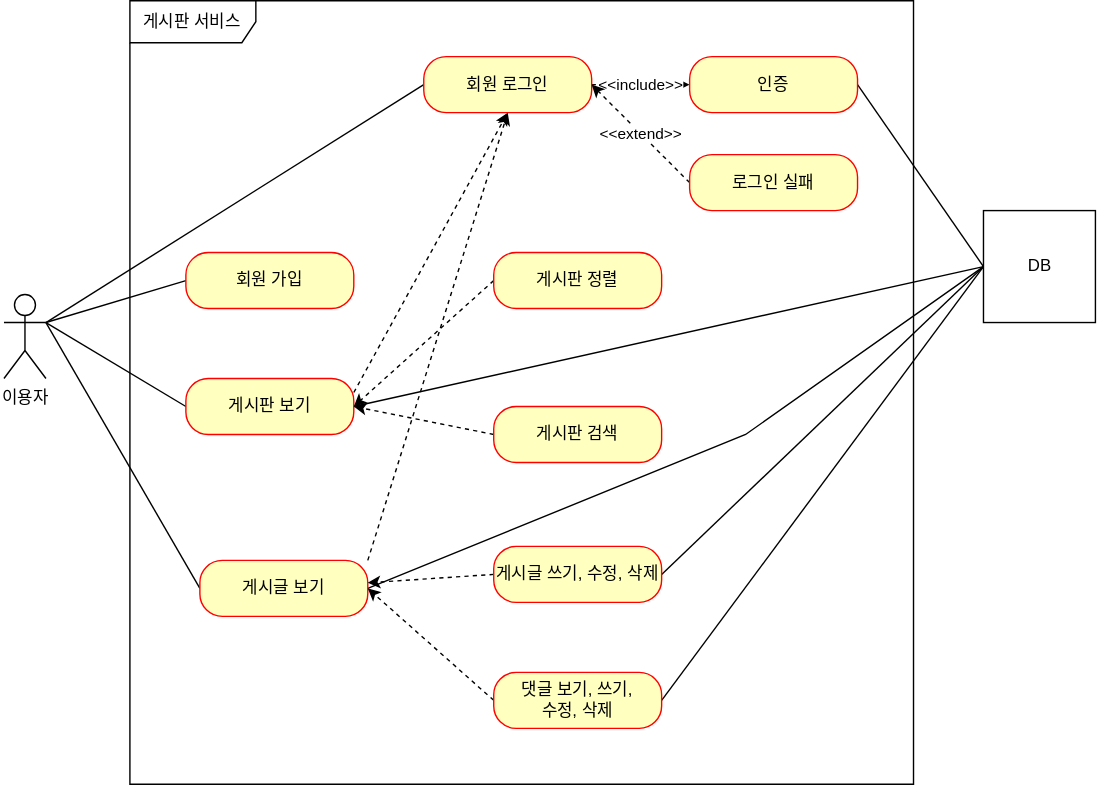
Above: document/use-case.svg in astrataraxia/fastcampus-project-board (draw.io), before the change. Source tidied: cells renumbered, new cells last; positions are measured from the earlier drawing's top-left corner, leaving out a move shared by most shapes.
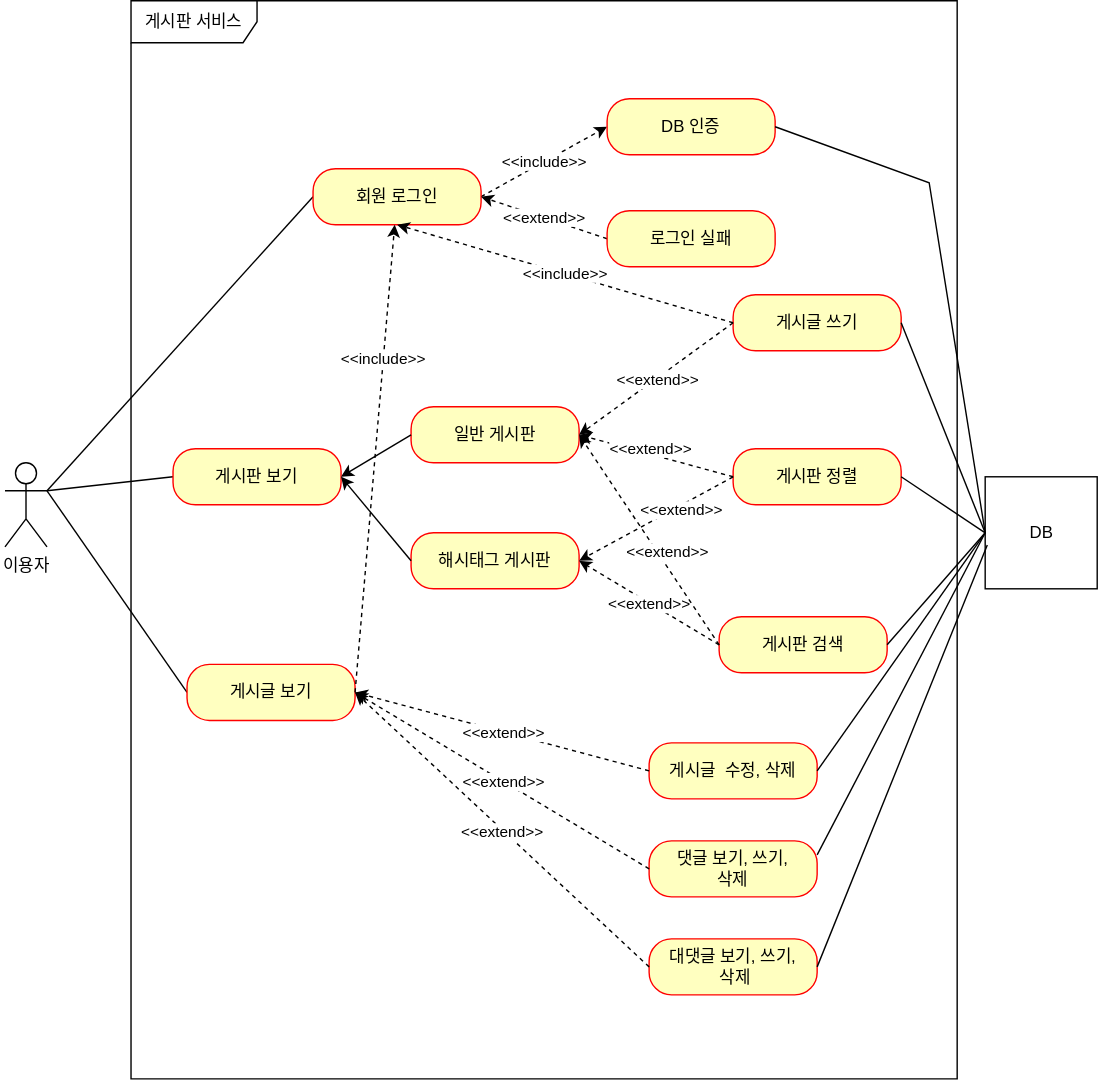
The same diagram one commit later.

Commit message:
#50-usecase 리팩토링

What changed in the source:
```diff
@@ -8,99 +8,123 @@
     <mxCell id="3" style="edgeStyle=none;rounded=0;jettySize=auto;html=1;exitX=1;exitY=0.3333333333333333;exitDx=0;exitDy=0;exitPerimeter=0;entryX=0;entryY=0.5;entryDx=0;entryDy=0;endArrow=none;endFill=0;" parent="1" edge="1" source="6" target="14">
       <mxGeometry relative="1" as="geometry" />
     </mxCell>
-    <mxCell id="4" style="edgeStyle=none;rounded=0;jettySize=auto;html=1;exitX=1;exitY=0.3333333333333333;exitDx=0;exitDy=0;exitPerimeter=0;entryX=0;entryY=0.5;entryDx=0;entryDy=0;endArrow=none;endFill=0;" parent="1" edge="1" source="6" target="8">
-      <mxGeometry relative="1" as="geometry" />
-    </mxCell>
     <mxCell id="5" style="edgeStyle=none;rounded=0;jettySize=auto;html=1;exitX=1;exitY=0.3333333333333333;exitDx=0;exitDy=0;exitPerimeter=0;entryX=0;entryY=0.5;entryDx=0;entryDy=0;endArrow=none;endFill=0;" parent="1" edge="1" source="6" target="16">
       <mxGeometry relative="1" as="geometry" />
     </mxCell>
     <mxCell id="6" value="이용자&lt;br&gt;" style="shape=umlActor;verticalLabelPosition=bottom;verticalAlign=top;html=1;outlineConnect=0;" parent="1" vertex="1">
-      <mxGeometry y="210" width="30" height="60" as="geometry" />
+      <mxGeometry y="330" width="30" height="60" as="geometry" />
     </mxCell>
     <mxCell id="7" value="게시판 서비스" style="shape=umlFrame;whiteSpace=wrap;html=1;width=90;height=30;" parent="1" vertex="1">
-      <mxGeometry x="90" width="560" height="560" as="geometry" />
+      <mxGeometry x="90" width="590" height="770" as="geometry" />
     </mxCell>
-    <mxCell id="8" value="회원 가입" style="rounded=1;whiteSpace=wrap;html=1;arcSize=40;fontColor=#000000;fillColor=#ffffc0;strokeColor=#ff0000;" parent="1" vertex="1">
-      <mxGeometry x="130" y="180" width="120" height="40" as="geometry" />
-    </mxCell>
-    <mxCell id="9" style="edgeStyle=none;rounded=0;jettySize=auto;html=1;exitX=1;exitY=0.25;exitDx=0;exitDy=0;entryX=0.5;entryY=1;entryDx=0;entryDy=0;dashed=1;endArrow=classic;endFill=1;" parent="1" edge="1" source="11" target="16">
-      <mxGeometry relative="1" as="geometry" />
-    </mxCell>
-    <mxCell id="10" style="edgeStyle=none;rounded=0;jettySize=auto;html=1;exitX=1;exitY=0.5;exitDx=0;exitDy=0;entryX=0;entryY=0.5;entryDx=0;entryDy=0;endArrow=none;endFill=0;" parent="1" edge="1" source="11" target="31">
-      <mxGeometry relative="1" as="geometry" />
-    </mxCell>
     <mxCell id="11" value="게시판 보기" style="rounded=1;whiteSpace=wrap;html=1;arcSize=40;fontColor=#000000;fillColor=#ffffc0;strokeColor=#ff0000;" parent="1" vertex="1">
-      <mxGeometry x="130" y="270" width="120" height="40" as="geometry" />
+      <mxGeometry x="120" y="320" width="120" height="40" as="geometry" />
     </mxCell>
-    <mxCell id="12" style="edgeStyle=none;rounded=0;jettySize=auto;html=1;exitX=1;exitY=0;exitDx=0;exitDy=0;entryX=0.5;entryY=1;entryDx=0;entryDy=0;dashed=1;endArrow=classic;endFill=1;" parent="1" edge="1" source="14" target="16">
-      <mxGeometry relative="1" as="geometry" />
-    </mxCell>
-    <mxCell id="13" style="edgeStyle=none;rounded=0;jettySize=auto;html=1;exitX=1;exitY=0.5;exitDx=0;exitDy=0;entryX=0;entryY=0.5;entryDx=0;entryDy=0;endArrow=none;endFill=0;" parent="1" edge="1" source="14" target="31">
-      <mxGeometry relative="1" as="geometry">
-        <Array as="points">
-          <mxPoint x="530" y="310" />
-        </Array>
-      </mxGeometry>
-    </mxCell>
     <mxCell id="14" value="게시글 보기" style="rounded=1;whiteSpace=wrap;html=1;arcSize=40;fontColor=#000000;fillColor=#ffffc0;strokeColor=#ff0000;" parent="1" vertex="1">
-      <mxGeometry x="140" y="400" width="120" height="40" as="geometry" />
+      <mxGeometry x="130" y="474" width="120" height="40" as="geometry" />
     </mxCell>
     <mxCell id="15" value="&amp;lt;&amp;lt;include&amp;gt;&amp;gt;" style="edgeStyle=none;rounded=0;jettySize=auto;html=1;exitX=1;exitY=0.5;exitDx=0;exitDy=0;endArrow=classic;endFill=1;dashed=1;entryX=0;entryY=0.5;entryDx=0;entryDy=0;" parent="1" edge="1" source="16" target="18">
       <mxGeometry relative="1" as="geometry" />
     </mxCell>
     <mxCell id="16" value="회원 로그인" style="rounded=1;whiteSpace=wrap;html=1;arcSize=40;fontColor=#000000;fillColor=#ffffc0;strokeColor=#ff0000;" parent="1" vertex="1">
-      <mxGeometry x="300" y="40" width="120" height="40" as="geometry" />
+      <mxGeometry x="220" y="120" width="120" height="40" as="geometry" />
     </mxCell>
-    <mxCell id="17" style="edgeStyle=none;rounded=0;jettySize=auto;html=1;exitX=1;exitY=0.5;exitDx=0;exitDy=0;entryX=0;entryY=0.5;entryDx=0;entryDy=0;endArrow=none;endFill=0;" parent="1" edge="1" source="18" target="31">
-      <mxGeometry relative="1" as="geometry" />
-    </mxCell>
-    <mxCell id="18" value="인증" style="rounded=1;whiteSpace=wrap;html=1;arcSize=40;fontColor=#000000;fillColor=#ffffc0;strokeColor=#ff0000;" parent="1" vertex="1">
-      <mxGeometry x="490" y="40" width="120" height="40" as="geometry" />
+    <mxCell id="18" value="DB 인증" style="rounded=1;whiteSpace=wrap;html=1;arcSize=40;fontColor=#000000;fillColor=#ffffc0;strokeColor=#ff0000;" parent="1" vertex="1">
+      <mxGeometry x="430" y="70" width="120" height="40" as="geometry" />
     </mxCell>
     <mxCell id="19" value="&amp;lt;&amp;lt;extend&amp;gt;&amp;gt;" style="edgeStyle=none;rounded=0;jettySize=auto;html=1;exitX=0;exitY=0.5;exitDx=0;exitDy=0;entryX=1;entryY=0.5;entryDx=0;entryDy=0;dashed=1;endArrow=classic;endFill=1;" parent="1" edge="1" source="20" target="16">
       <mxGeometry relative="1" as="geometry" />
     </mxCell>
     <mxCell id="20" value="로그인 실패" style="rounded=1;whiteSpace=wrap;html=1;arcSize=40;fontColor=#000000;fillColor=#ffffc0;strokeColor=#ff0000;" parent="1" vertex="1">
-      <mxGeometry x="490" y="110" width="120" height="40" as="geometry" />
+      <mxGeometry x="430" y="150" width="120" height="40" as="geometry" />
     </mxCell>
-    <mxCell id="21" style="edgeStyle=none;rounded=0;jettySize=auto;html=1;exitX=0;exitY=0.5;exitDx=0;exitDy=0;entryX=1;entryY=0.5;entryDx=0;entryDy=0;dashed=1;endArrow=classic;endFill=1;" parent="1" edge="1" source="22" target="11">
-      <mxGeometry relative="1" as="geometry" />
-    </mxCell>
     <mxCell id="22" value="게시판 정렬" style="rounded=1;whiteSpace=wrap;html=1;arcSize=40;fontColor=#000000;fillColor=#ffffc0;strokeColor=#ff0000;" parent="1" vertex="1">
-      <mxGeometry x="350" y="180" width="120" height="40" as="geometry" />
+      <mxGeometry x="520" y="320" width="120" height="40" as="geometry" />
     </mxCell>
-    <mxCell id="23" style="edgeStyle=none;rounded=0;jettySize=auto;html=1;exitX=0;exitY=0.5;exitDx=0;exitDy=0;dashed=1;endArrow=classic;endFill=1;" parent="1" edge="1" source="24">
-      <mxGeometry relative="1" as="geometry">
-        <mxPoint x="250" y="290" as="targetPoint" />
-      </mxGeometry>
-    </mxCell>
     <mxCell id="24" value="게시판 검색" style="rounded=1;whiteSpace=wrap;html=1;arcSize=40;fontColor=#000000;fillColor=#ffffc0;strokeColor=#ff0000;" parent="1" vertex="1">
-      <mxGeometry x="350" y="290" width="120" height="40" as="geometry" />
+      <mxGeometry x="510" y="440" width="120" height="40" as="geometry" />
     </mxCell>
-    <mxCell id="25" style="edgeStyle=none;rounded=0;jettySize=auto;html=1;exitX=0;exitY=0.5;exitDx=0;exitDy=0;dashed=1;endArrow=classic;endFill=1;" parent="1" edge="1" source="27" target="14">
-      <mxGeometry relative="1" as="geometry" />
-    </mxCell>
-    <mxCell id="26" style="edgeStyle=none;rounded=0;jettySize=auto;html=1;exitX=1;exitY=0.5;exitDx=0;exitDy=0;entryX=0;entryY=0.5;entryDx=0;entryDy=0;endArrow=none;endFill=0;" parent="1" edge="1" source="27" target="31">
-      <mxGeometry relative="1" as="geometry" />
-    </mxCell>
-    <mxCell id="27" value="게시글 쓰기, 수정, 삭제" style="rounded=1;whiteSpace=wrap;html=1;arcSize=40;fontColor=#000000;fillColor=#ffffc0;strokeColor=#ff0000;" parent="1" vertex="1">
-      <mxGeometry x="350" y="390" width="120" height="40" as="geometry" />
+    <mxCell id="27" value="게시글&amp;nbsp; 수정, 삭제" style="rounded=1;whiteSpace=wrap;html=1;arcSize=40;fontColor=#000000;fillColor=#ffffc0;strokeColor=#ff0000;" parent="1" vertex="1">
+      <mxGeometry x="460" y="530" width="120" height="40" as="geometry" />
     </mxCell>
-    <mxCell id="28" style="edgeStyle=none;rounded=0;jettySize=auto;html=1;exitX=0;exitY=0.5;exitDx=0;exitDy=0;dashed=1;endArrow=classic;endFill=1;" parent="1" edge="1" source="30">
-      <mxGeometry relative="1" as="geometry">
-        <mxPoint x="260" y="420" as="targetPoint" />
-      </mxGeometry>
-    </mxCell>
-    <mxCell id="29" style="edgeStyle=none;rounded=0;jettySize=auto;html=1;exitX=1;exitY=0.5;exitDx=0;exitDy=0;endArrow=none;endFill=0;" parent="1" edge="1" source="30">
-      <mxGeometry relative="1" as="geometry">
-        <mxPoint x="700" y="190" as="targetPoint" />
-      </mxGeometry>
-    </mxCell>
-    <mxCell id="30" value="댓글 보기, 쓰기, &lt;br&gt;수정, 삭제" style="rounded=1;whiteSpace=wrap;html=1;arcSize=40;fontColor=#000000;fillColor=#ffffc0;strokeColor=#ff0000;" parent="1" vertex="1">
-      <mxGeometry x="350" y="480" width="120" height="40" as="geometry" />
+    <mxCell id="30" value="댓글 보기, 쓰기, &lt;br&gt;삭제" style="rounded=1;whiteSpace=wrap;html=1;arcSize=40;fontColor=#000000;fillColor=#ffffc0;strokeColor=#ff0000;" parent="1" vertex="1">
+      <mxGeometry x="460" y="600" width="120" height="40" as="geometry" />
     </mxCell>
     <mxCell id="31" value="DB" style="html=1;" parent="1" vertex="1">
-      <mxGeometry x="700" y="150" width="80" height="80" as="geometry" />
+      <mxGeometry x="700" y="340" width="80" height="80" as="geometry" />
     </mxCell>
+    <mxCell id="32" value="대댓글 보기, 쓰기, &lt;br&gt;&amp;nbsp;삭제" style="rounded=1;whiteSpace=wrap;html=1;arcSize=40;fontColor=#000000;fillColor=#ffffc0;strokeColor=#ff0000;" parent="1" vertex="1">
+      <mxGeometry x="460" y="670" width="120" height="40" as="geometry" />
+    </mxCell>
+    <mxCell id="33" value="게시글 쓰기" style="rounded=1;whiteSpace=wrap;html=1;arcSize=40;fontColor=#000000;fillColor=#ffffc0;strokeColor=#ff0000;" parent="1" vertex="1">
+      <mxGeometry x="520" y="210" width="120" height="40" as="geometry" />
+    </mxCell>
+    <mxCell id="34" value="해시태그 게시판" style="rounded=1;whiteSpace=wrap;html=1;arcSize=40;fontColor=#000000;fillColor=#ffffc0;strokeColor=#ff0000;" parent="1" vertex="1">
+      <mxGeometry x="290" y="380" width="120" height="40" as="geometry" />
+    </mxCell>
+    <mxCell id="35" value="일반 게시판" style="rounded=1;whiteSpace=wrap;html=1;arcSize=40;fontColor=#000000;fillColor=#ffffc0;strokeColor=#ff0000;" parent="1" vertex="1">
+      <mxGeometry x="290" y="290" width="120" height="40" as="geometry" />
+    </mxCell>
+    <mxCell id="36" value="&amp;lt;&amp;lt;extend&amp;gt;&amp;gt;" style="edgeStyle=none;rounded=0;jettySize=auto;html=1;exitX=0;exitY=0.5;exitDx=0;exitDy=0;entryX=1;entryY=0.5;entryDx=0;entryDy=0;dashed=1;endArrow=classic;endFill=1;" parent="1" edge="1" source="32" target="14">
+      <mxGeometry x="-0.01" y="1" relative="1" as="geometry" />
+    </mxCell>
+    <mxCell id="37" value="&amp;lt;&amp;lt;extend&amp;gt;&amp;gt;" style="edgeStyle=none;rounded=0;jettySize=auto;html=1;exitX=0;exitY=0.5;exitDx=0;exitDy=0;entryX=1;entryY=0.5;entryDx=0;entryDy=0;dashed=1;endArrow=classic;endFill=1;" parent="1" edge="1" source="30" target="14">
+      <mxGeometry x="-0.01" y="1" relative="1" as="geometry" />
+    </mxCell>
+    <mxCell id="25" value="&amp;lt;&amp;lt;extend&amp;gt;&amp;gt;" style="edgeStyle=none;rounded=0;jettySize=auto;html=1;exitX=0;exitY=0.5;exitDx=0;exitDy=0;entryX=1;entryY=0.5;entryDx=0;entryDy=0;dashed=1;endArrow=classic;endFill=1;" parent="1" edge="1" source="27" target="14">
+      <mxGeometry x="-0.01" y="1" relative="1" as="geometry" />
+    </mxCell>
+    <mxCell id="12" value="&amp;lt;&amp;lt;include&amp;gt;&amp;gt;" style="edgeStyle=none;rounded=0;jettySize=auto;html=1;exitX=1;exitY=0.5;exitDx=0;exitDy=0;endArrow=classic;endFill=1;dashed=1;" parent="1" edge="1" source="14" target="16">
+      <mxGeometry x="0.43" relative="1" as="geometry" />
+    </mxCell>
+    <mxCell id="38" value="&amp;lt;&amp;lt;extend&amp;gt;&amp;gt;" style="edgeStyle=none;rounded=0;jettySize=auto;html=1;exitX=0;exitY=0.5;exitDx=0;exitDy=0;entryX=1;entryY=0.5;entryDx=0;entryDy=0;dashed=1;endArrow=classic;endFill=1;" parent="1" edge="1" source="33" target="35">
+      <mxGeometry x="-0.01" y="1" relative="1" as="geometry" />
+    </mxCell>
+    <mxCell id="39" value="&amp;lt;&amp;lt;extend&amp;gt;&amp;gt;" style="edgeStyle=none;rounded=0;jettySize=auto;html=1;exitX=0;exitY=0.5;exitDx=0;exitDy=0;entryX=1;entryY=0.5;entryDx=0;entryDy=0;dashed=1;endArrow=classic;endFill=1;" parent="1" edge="1" source="22" target="35">
+      <mxGeometry x="0.09" y="-4" relative="1" as="geometry" />
+    </mxCell>
+    <mxCell id="40" value="&amp;lt;&amp;lt;extend&amp;gt;&amp;gt;" style="edgeStyle=none;rounded=0;jettySize=auto;html=1;exitX=0;exitY=0.5;exitDx=0;exitDy=0;entryX=1;entryY=0.5;entryDx=0;entryDy=0;dashed=1;endArrow=classic;endFill=1;" parent="1" edge="1" source="22" target="34">
+      <mxGeometry x="-0.31" y="3" relative="1" as="geometry" />
+    </mxCell>
+    <mxCell id="41" value="&amp;lt;&amp;lt;extend&amp;gt;&amp;gt;" style="edgeStyle=none;rounded=0;jettySize=auto;html=1;exitX=0;exitY=0.5;exitDx=0;exitDy=0;entryX=1;entryY=0.5;entryDx=0;entryDy=0;dashed=1;endArrow=classic;endFill=1;" parent="1" edge="1" source="24" target="34">
+      <mxGeometry x="-0.01" y="1" relative="1" as="geometry" />
+    </mxCell>
+    <mxCell id="42" value="&amp;lt;&amp;lt;extend&amp;gt;&amp;gt;" style="edgeStyle=none;rounded=0;jettySize=auto;html=1;exitX=0;exitY=0.5;exitDx=0;exitDy=0;entryX=1;entryY=0.5;entryDx=0;entryDy=0;dashed=1;endArrow=classic;endFill=1;" parent="1" edge="1" source="24" target="35">
+      <mxGeometry x="-0.16" y="-6" relative="1" as="geometry" />
+    </mxCell>
+    <mxCell id="43" value="&amp;lt;&amp;lt;include&amp;gt;&amp;gt;" style="edgeStyle=none;rounded=0;jettySize=auto;html=1;exitX=0;exitY=0.5;exitDx=0;exitDy=0;endArrow=classic;endFill=1;dashed=1;entryX=0.5;entryY=1;entryDx=0;entryDy=0;" parent="1" edge="1" source="33" target="16">
+      <mxGeometry relative="1" as="geometry" />
+    </mxCell>
+    <mxCell id="44" style="endArrow=classic;html=1;rounded=0;exitX=0;exitY=0.5;exitDx=0;exitDy=0;entryX=1;entryY=0.5;entryDx=0;entryDy=0;" parent="1" edge="1" source="34" target="11">
+      <mxGeometry relative="1" as="geometry" />
+    </mxCell>
+    <mxCell id="45" style="endArrow=classic;html=1;rounded=0;exitX=0;exitY=0.5;exitDx=0;exitDy=0;entryX=1;entryY=0.5;entryDx=0;entryDy=0;" parent="1" edge="1" source="35" target="11">
+      <mxGeometry relative="1" as="geometry" />
+    </mxCell>
+    <mxCell id="17" style="endArrow=none;html=1;rounded=0;entryX=0;entryY=0.5;entryDx=0;entryDy=0;exitX=1;exitY=0.5;exitDx=0;exitDy=0;" parent="1" edge="1" source="18" target="31">
+      <mxGeometry relative="1" as="geometry">
+        <Array as="points">
+          <mxPoint x="660" y="130" />
+        </Array>
+      </mxGeometry>
+    </mxCell>
+    <mxCell id="46" style="endArrow=none;html=1;rounded=0;exitX=1;exitY=0.5;exitDx=0;exitDy=0;entryX=0;entryY=0.5;entryDx=0;entryDy=0;" parent="1" edge="1" source="33" target="31">
+      <mxGeometry relative="1" as="geometry" />
+    </mxCell>
+    <mxCell id="47" style="endArrow=none;html=1;rounded=0;exitX=1;exitY=0.5;exitDx=0;exitDy=0;entryX=0;entryY=0.5;entryDx=0;entryDy=0;" parent="1" edge="1" source="22" target="31">
+      <mxGeometry relative="1" as="geometry" />
+    </mxCell>
+    <mxCell id="48" style="endArrow=none;html=1;rounded=0;exitX=1;exitY=0.5;exitDx=0;exitDy=0;entryX=0;entryY=0.5;entryDx=0;entryDy=0;" parent="1" edge="1" source="24" target="31">
+      <mxGeometry relative="1" as="geometry" />
+    </mxCell>
+    <mxCell id="49" style="endArrow=none;html=1;rounded=0;exitX=0;exitY=0.5;exitDx=0;exitDy=0;entryX=1;entryY=0.5;entryDx=0;entryDy=0;" parent="1" edge="1" source="31" target="27">
+      <mxGeometry relative="1" as="geometry" />
+    </mxCell>
+    <mxCell id="50" style="endArrow=none;html=1;rounded=0;entryX=1;entryY=0.25;entryDx=0;entryDy=0;exitX=0;exitY=0.5;exitDx=0;exitDy=0;" parent="1" edge="1" source="31" target="30">
+      <mxGeometry relative="1" as="geometry" />
+    </mxCell>
+    <mxCell id="51" style="endArrow=none;html=1;rounded=0;exitX=1;exitY=0.5;exitDx=0;exitDy=0;entryX=0.019;entryY=0.609;entryDx=0;entryDy=0;entryPerimeter=0;" parent="1" edge="1" source="32" target="31">
+      <mxGeometry relative="1" as="geometry" />
+    </mxCell>
   </root>
 </mxGraphModel>
```
